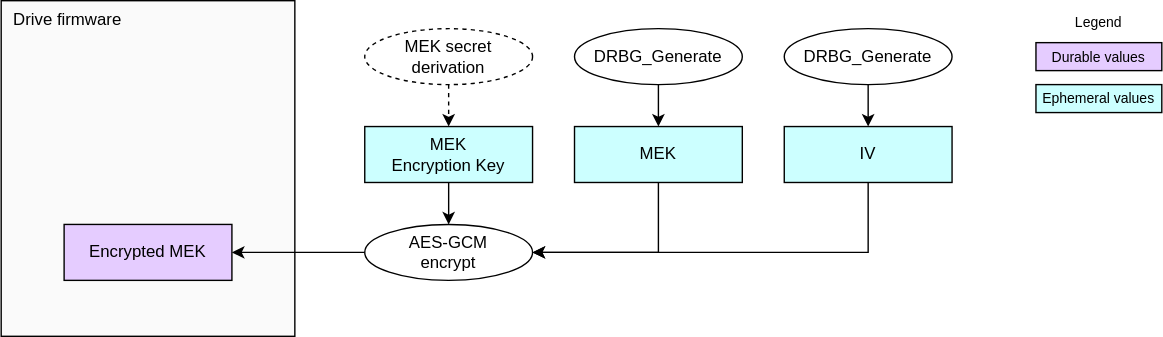
This is doc/ocp_lock/diagrams/mek_generate.drawio.svg from chipsalliance/Caliptra, a draw.io export, as it was before one commit. Source tidied: cells renumbered, new cells last; positions are measured from the earlier drawing's top-left corner, leaving out a move shared by most shapes.
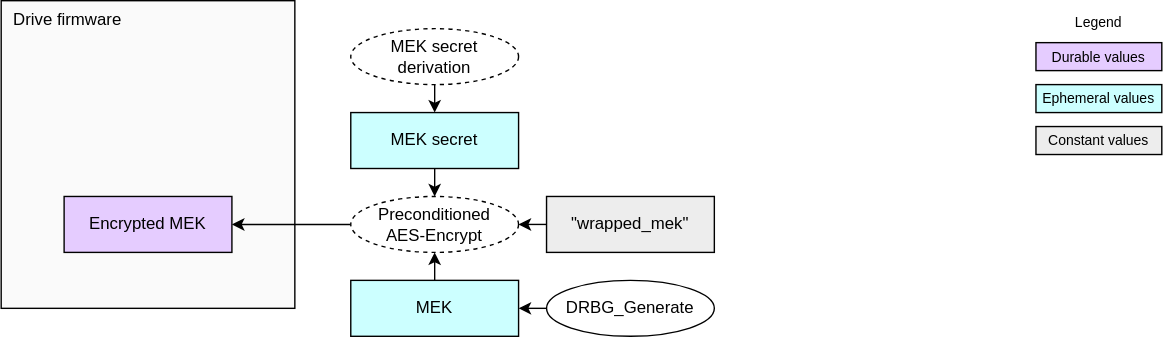
After the commit.

What changed in the source:
```diff
@@ -3,7 +3,7 @@
     <mxCell id="0" />
     <mxCell id="1" parent="0" />
     <mxCell id="2" value="Drive firmware" style="rounded=0;whiteSpace=wrap;html=1;fillColor=#FAFAFA;strokeColor=#000000;align=left;verticalAlign=top;spacingLeft=7;" parent="1" vertex="1">
-      <mxGeometry width="210" height="240" as="geometry" />
+      <mxGeometry width="210" height="220" as="geometry" />
     </mxCell>
     <mxCell id="3" value="&lt;div&gt;&lt;font color=&quot;#000000&quot;&gt;Durable values&lt;/font&gt;&lt;/div&gt;" style="rounded=0;whiteSpace=wrap;html=1;align=center;verticalAlign=middle;shadow=0;glass=0;spacingLeft=0;spacingBottom=0;spacingTop=0;fillColor=#E5CCFF;fontSize=10;" parent="1" vertex="1">
       <mxGeometry x="740" y="30" width="90" height="20" as="geometry" />
@@ -14,52 +14,47 @@
     <mxCell id="5" value="&lt;div&gt;&lt;font color=&quot;#000000&quot;&gt;Ephemeral values&lt;/font&gt;&lt;/div&gt;" style="rounded=0;whiteSpace=wrap;html=1;align=center;verticalAlign=middle;shadow=0;glass=0;spacingLeft=0;spacingBottom=0;spacingTop=0;fillColor=#CCFFFF;fontSize=10;" parent="1" vertex="1">
       <mxGeometry x="740" y="60" width="90" height="20" as="geometry" />
     </mxCell>
-    <mxCell id="6" value="&lt;div&gt;&lt;font color=&quot;#000000&quot;&gt;MEK&lt;/font&gt;&lt;/div&gt;&lt;div&gt;&lt;font color=&quot;#000000&quot;&gt;Encryption Key&lt;/font&gt;&lt;/div&gt;" style="rounded=0;whiteSpace=wrap;html=1;align=center;verticalAlign=middle;shadow=0;glass=0;spacingLeft=0;spacingBottom=0;spacingTop=0;fillColor=#CCFFFF;" parent="1" vertex="1">
-      <mxGeometry x="260" y="90" width="120" height="40" as="geometry" />
-    </mxCell>
-    <mxCell id="7" style="edgeStyle=none;html=1;exitX=0.5;exitY=1;exitDx=0;exitDy=0;entryX=0.5;entryY=0;entryDx=0;entryDy=0;dashed=1;" parent="1" edge="1" target="6">
-      <mxGeometry relative="1" as="geometry">
-        <mxPoint x="320" y="60" as="sourcePoint" />
-      </mxGeometry>
-    </mxCell>
-    <mxCell id="8" value="AES-GCM&lt;div&gt;encrypt&lt;/div&gt;" style="ellipse;whiteSpace=wrap;html=1;fillColor=#FFFFFF;" parent="1" vertex="1">
-      <mxGeometry x="260" y="160" width="120" height="40" as="geometry" />
-    </mxCell>
-    <mxCell id="9" value="&lt;div&gt;&lt;font color=&quot;#000000&quot;&gt;MEK&lt;/font&gt;&lt;/div&gt;" style="rounded=0;whiteSpace=wrap;html=1;align=center;verticalAlign=middle;shadow=0;glass=0;spacingLeft=0;spacingBottom=0;spacingTop=0;fillColor=#CCFFFF;" parent="1" vertex="1">
-      <mxGeometry x="410" y="90" width="120" height="40" as="geometry" />
-    </mxCell>
-    <mxCell id="10" value="DRBG_Generate" style="ellipse;whiteSpace=wrap;html=1;fillColor=#FFFFFF;" parent="1" vertex="1">
-      <mxGeometry x="410" y="20" width="120" height="40" as="geometry" />
-    </mxCell>
-    <mxCell id="11" style="edgeStyle=none;html=1;exitX=0.5;exitY=1;exitDx=0;exitDy=0;entryX=0.5;entryY=0;entryDx=0;entryDy=0;" parent="1" edge="1" source="10" target="9">
-      <mxGeometry relative="1" as="geometry" />
-    </mxCell>
-    <mxCell id="12" style="edgeStyle=none;html=1;exitX=0.5;exitY=1;exitDx=0;exitDy=0;entryX=0.5;entryY=0;entryDx=0;entryDy=0;" parent="1" edge="1" source="6" target="8">
-      <mxGeometry relative="1" as="geometry" />
-    </mxCell>
     <mxCell id="13" value="&lt;div&gt;&lt;font color=&quot;#000000&quot;&gt;Encrypted MEK&lt;/font&gt;&lt;/div&gt;" style="rounded=0;whiteSpace=wrap;html=1;align=center;verticalAlign=middle;shadow=0;glass=0;spacingLeft=0;spacingBottom=0;spacingTop=0;fillColor=#E5CCFF;" parent="1" vertex="1">
-      <mxGeometry x="45" y="160" width="120" height="40" as="geometry" />
+      <mxGeometry x="45" y="140" width="120" height="40" as="geometry" />
     </mxCell>
-    <mxCell id="14" style="edgeStyle=none;html=1;exitX=0;exitY=0.5;exitDx=0;exitDy=0;entryX=1;entryY=0.5;entryDx=0;entryDy=0;" parent="1" edge="1" source="8" target="13">
+    <mxCell id="14" style="edgeStyle=none;html=1;exitX=0;exitY=0.5;exitDx=0;exitDy=0;entryX=1;entryY=0.5;entryDx=0;entryDy=0;" parent="1" edge="1" source="25" target="13">
       <mxGeometry relative="1" as="geometry" />
     </mxCell>
-    <mxCell id="15" value="&lt;div&gt;&lt;font color=&quot;#000000&quot;&gt;IV&lt;/font&gt;&lt;/div&gt;" style="rounded=0;whiteSpace=wrap;html=1;align=center;verticalAlign=middle;shadow=0;glass=0;spacingLeft=0;spacingBottom=0;spacingTop=0;fillColor=#CCFFFF;" parent="1" vertex="1">
-      <mxGeometry x="560" y="90" width="120" height="40" as="geometry" />
-    </mxCell>
-    <mxCell id="16" value="DRBG_Generate" style="ellipse;whiteSpace=wrap;html=1;fillColor=#FFFFFF;" parent="1" vertex="1">
-      <mxGeometry x="560" y="20" width="120" height="40" as="geometry" />
-    </mxCell>
-    <mxCell id="17" style="edgeStyle=none;html=1;exitX=0.5;exitY=1;exitDx=0;exitDy=0;entryX=0.5;entryY=0;entryDx=0;entryDy=0;" parent="1" edge="1" source="16" target="15">
-      <mxGeometry relative="1" as="geometry" />
-    </mxCell>
-    <mxCell id="18" style="edgeStyle=orthogonalEdgeStyle;endArrow=classic;html=1;rounded=0;endSize=6;startSize=6;entryX=1;entryY=0.5;entryDx=0;entryDy=0;exitX=0.5;exitY=1;exitDx=0;exitDy=0;" parent="1" edge="1" source="15" target="8">
-      <mxGeometry relative="1" as="geometry" />
-    </mxCell>
+    <mxCell id="21" style="edgeStyle=none;html=1;exitX=0.5;exitY=0;exitDx=0;exitDy=0;entryX=0.5;entryY=1;entryDx=0;entryDy=0;" parent="1" edge="1" source="9" target="25">
+      <mxGeometry relative="1" as="geometry" />
+    </mxCell>
+    <mxCell id="9" value="&lt;div&gt;&lt;font color=&quot;#000000&quot;&gt;MEK&lt;/font&gt;&lt;/div&gt;" style="rounded=0;whiteSpace=wrap;html=1;align=center;verticalAlign=middle;shadow=0;glass=0;spacingLeft=0;spacingBottom=0;spacingTop=0;fillColor=#CCFFFF;" parent="1" vertex="1">
+      <mxGeometry x="250" y="200" width="120" height="40" as="geometry" />
+    </mxCell>
+    <mxCell id="22" value="DRBG_Generate" style="ellipse;whiteSpace=wrap;html=1;fillColor=#FFFFFF;" parent="1" vertex="1">
+      <mxGeometry x="390" y="200" width="120" height="40" as="geometry" />
+    </mxCell>
+    <mxCell id="23" style="edgeStyle=none;html=1;exitX=0;exitY=0.5;exitDx=0;exitDy=0;entryX=1;entryY=0.5;entryDx=0;entryDy=0;" parent="1" edge="1" source="22" target="9">
+      <mxGeometry relative="1" as="geometry" />
+    </mxCell>
+    <mxCell id="24" style="edgeStyle=orthogonalEdgeStyle;endArrow=classic;html=1;rounded=0;endSize=6;startSize=6;exitX=0.5;exitY=1;exitDx=0;exitDy=0;entryX=0.5;entryY=0;entryDx=0;entryDy=0;" parent="1" edge="1" source="27" target="25">
+      <mxGeometry relative="1" as="geometry" />
+    </mxCell>
+    <mxCell id="25" value="Preconditioned&lt;div&gt;AES-Encrypt&lt;/div&gt;" style="ellipse;whiteSpace=wrap;html=1;fillColor=#FFFFFF;dashed=1;" parent="1" vertex="1">
+      <mxGeometry x="250" y="140" width="120" height="40" as="geometry" />
+    </mxCell>
+    <mxCell id="26" style="edgeStyle=none;html=1;exitX=0;exitY=0.5;exitDx=0;exitDy=0;entryX=1;entryY=0.5;entryDx=0;entryDy=0;" parent="1" edge="1" source="30" target="25">
+      <mxGeometry relative="1" as="geometry" />
+    </mxCell>
+    <mxCell id="27" value="&lt;div&gt;&lt;font color=&quot;#000000&quot;&gt;MEK secret&lt;/font&gt;&lt;/div&gt;" style="rounded=0;whiteSpace=wrap;html=1;align=center;verticalAlign=middle;shadow=0;glass=0;spacingLeft=0;spacingBottom=0;spacingTop=0;fillColor=#CCFFFF;" parent="1" vertex="1">
+      <mxGeometry x="250" y="80" width="120" height="40" as="geometry" />
+    </mxCell>
+    <mxCell id="28" style="edgeStyle=none;html=1;exitX=0.5;exitY=1;exitDx=0;exitDy=0;entryX=0.5;entryY=0;entryDx=0;entryDy=0;" parent="1" edge="1" source="19" target="27">
+      <mxGeometry relative="1" as="geometry" />
+    </mxCell>
     <mxCell id="19" value="MEK secret&lt;div&gt;derivation&lt;/div&gt;" style="ellipse;whiteSpace=wrap;html=1;fillColor=#FFFFFF;dashed=1;" parent="1" vertex="1">
-      <mxGeometry x="260" y="20" width="120" height="40" as="geometry" />
+      <mxGeometry x="250" y="20" width="120" height="40" as="geometry" />
     </mxCell>
-    <mxCell id="20" style="edgeStyle=orthogonalEdgeStyle;endArrow=classic;html=1;rounded=0;endSize=6;startSize=6;entryX=1;entryY=0.5;entryDx=0;entryDy=0;exitX=0.5;exitY=1;exitDx=0;exitDy=0;" parent="1" edge="1" source="9" target="8">
-      <mxGeometry relative="1" as="geometry" />
-    </mxCell>
+    <mxCell id="29" value="&lt;div&gt;&lt;font color=&quot;#000000&quot;&gt;Constant values&lt;/font&gt;&lt;/div&gt;" style="rounded=0;whiteSpace=wrap;html=1;align=center;verticalAlign=middle;shadow=0;glass=0;spacingLeft=0;spacingBottom=0;spacingTop=0;fillColor=#EDEDED;fontSize=10;" parent="1" vertex="1">
+      <mxGeometry x="740" y="90" width="90" height="20" as="geometry" />
+    </mxCell>
+    <mxCell id="30" value="&lt;div&gt;&lt;font color=&quot;#000000&quot;&gt;&quot;wrapped_mek&quot;&lt;/font&gt;&lt;/div&gt;" style="rounded=0;whiteSpace=wrap;html=1;align=center;verticalAlign=middle;shadow=0;glass=0;spacingLeft=0;spacingBottom=0;spacingTop=0;fillColor=#EDEDED;" parent="1" vertex="1">
+      <mxGeometry x="390" y="140" width="120" height="40" as="geometry" />
+    </mxCell>
   </root>
 </mxGraphModel>
```
